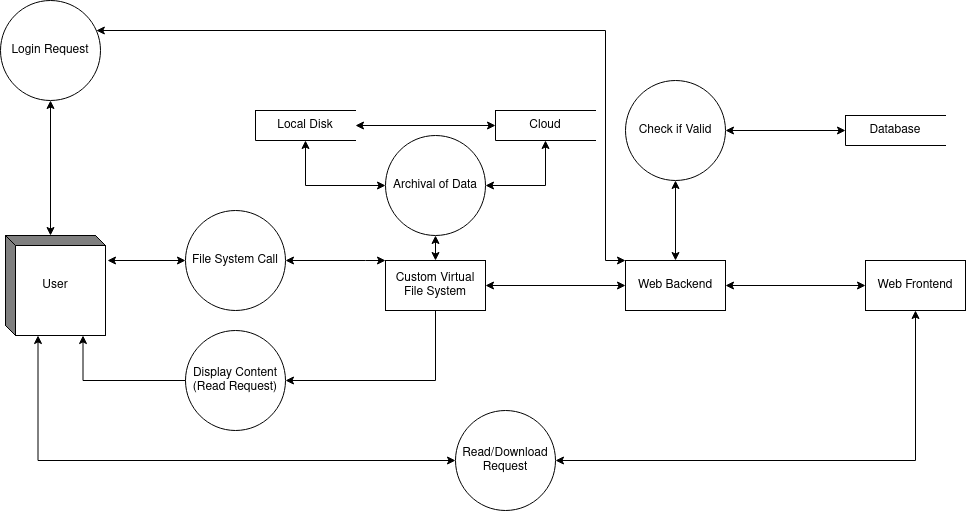
Above: functional_spec/MVP_DFD.png in smallblue2/OptiFS (draw.io), before the change. Source tidied: cells renumbered, new cells last; positions are measured from the earlier drawing's top-left corner, leaving out a move shared by most shapes.
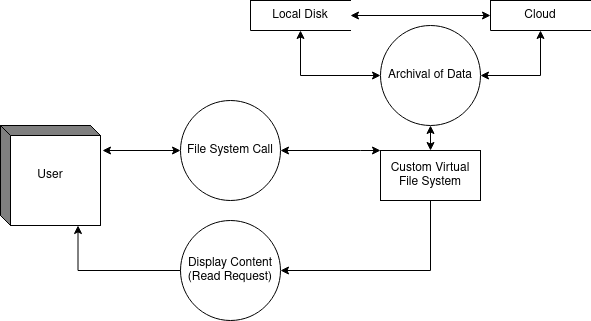
After the change.

Commit message:
Had file names mixed up. Fixed.

What changed in the source:
```diff
@@ -8,9 +8,6 @@
     <mxCell id="3" value="Custom Virtual File System" style="html=1;dashed=0;whiteSpace=wrap;" parent="1" vertex="1">
       <mxGeometry x="385" y="260" width="100" height="50" as="geometry" />
     </mxCell>
-    <mxCell id="4" style="edgeStyle=orthogonalEdgeStyle;rounded=0;jettySize=auto;html=1;exitX=0;exitY=0;exitDx=32.5;exitDy=100;exitPerimeter=0;entryX=0;entryY=0.5;entryDx=0;entryDy=0;startArrow=classic;startFill=1;" parent="1" edge="1" source="5" target="14">
-      <mxGeometry relative="1" as="geometry" />
-    </mxCell>
     <mxCell id="5" value="User" style="html=1;dashed=0;whiteSpace=wrap;shape=mxgraph.dfd.externalEntity;" parent="1" vertex="1">
       <mxGeometry x="5" y="235" width="100" height="100" as="geometry" />
     </mxCell>
@@ -23,50 +20,6 @@
     <mxCell id="8" value="Cloud" style="html=1;dashed=0;whiteSpace=wrap;shape=partialRectangle;right=0;" parent="1" vertex="1">
       <mxGeometry x="495" y="110" width="100" height="30" as="geometry" />
     </mxCell>
-    <mxCell id="9" style="edgeStyle=orthogonalEdgeStyle;rounded=0;jettySize=auto;html=1;entryX=1;entryY=0.5;entryDx=0;entryDy=0;startArrow=classic;startFill=1;" parent="1" edge="1" source="11" target="3">
-      <mxGeometry relative="1" as="geometry" />
-    </mxCell>
-    <mxCell id="10" style="edgeStyle=orthogonalEdgeStyle;rounded=0;jettySize=auto;html=1;entryX=0;entryY=0.5;entryDx=0;entryDy=0;startArrow=classic;startFill=1;" parent="1" edge="1" source="11" target="12">
-      <mxGeometry relative="1" as="geometry" />
-    </mxCell>
-    <mxCell id="11" value="Web Backend" style="html=1;dashed=0;whiteSpace=wrap;" parent="1" vertex="1">
-      <mxGeometry x="625" y="260" width="100" height="50" as="geometry" />
-    </mxCell>
-    <mxCell id="12" value="Web Frontend" style="html=1;dashed=0;whiteSpace=wrap;" parent="1" vertex="1">
-      <mxGeometry x="865" y="260" width="100" height="50" as="geometry" />
-    </mxCell>
-    <mxCell id="13" style="edgeStyle=orthogonalEdgeStyle;rounded=0;jettySize=auto;html=1;entryX=0.5;entryY=1;entryDx=0;entryDy=0;startArrow=classic;startFill=1;" parent="1" edge="1" source="14" target="12">
-      <mxGeometry relative="1" as="geometry" />
-    </mxCell>
-    <mxCell id="14" value="&lt;div&gt;Read/Download&lt;/div&gt;&lt;div&gt;Request&lt;br&gt;&lt;/div&gt;" style="shape=ellipse;html=1;dashed=0;whiteSpace=wrap;perimeter=ellipsePerimeter;" parent="1" vertex="1">
-      <mxGeometry x="455" y="410" width="100" height="100" as="geometry" />
-    </mxCell>
-    <mxCell id="15" style="edgeStyle=orthogonalEdgeStyle;rounded=0;jettySize=auto;html=1;entryX=1;entryY=0.5;entryDx=0;entryDy=0;startArrow=classic;startFill=1;" parent="1" edge="1" source="16" target="18">
-      <mxGeometry relative="1" as="geometry" />
-    </mxCell>
-    <mxCell id="16" value="Database" style="html=1;dashed=0;whiteSpace=wrap;shape=partialRectangle;right=0;" parent="1" vertex="1">
-      <mxGeometry x="845" y="115" width="100" height="30" as="geometry" />
-    </mxCell>
-    <mxCell id="17" style="edgeStyle=orthogonalEdgeStyle;rounded=0;jettySize=auto;html=1;entryX=0.5;entryY=0;entryDx=0;entryDy=0;startArrow=classic;startFill=1;" parent="1" edge="1" source="18" target="11">
-      <mxGeometry relative="1" as="geometry" />
-    </mxCell>
-    <mxCell id="18" value="Check if Valid" style="shape=ellipse;html=1;dashed=0;whiteSpace=wrap;perimeter=ellipsePerimeter;" parent="1" vertex="1">
-      <mxGeometry x="625" y="80" width="100" height="100" as="geometry" />
-    </mxCell>
-    <mxCell id="19" style="edgeStyle=orthogonalEdgeStyle;rounded=0;jettySize=auto;html=1;entryX=0;entryY=0;entryDx=0;entryDy=0;startArrow=classic;startFill=1;" parent="1" edge="1" source="20" target="11">
-      <mxGeometry relative="1" as="geometry">
-        <Array as="points">
-          <mxPoint x="605" y="30" />
-          <mxPoint x="605" y="260" />
-        </Array>
-      </mxGeometry>
-    </mxCell>
-    <mxCell id="20" value="Login Request" style="shape=ellipse;html=1;dashed=0;whiteSpace=wrap;perimeter=ellipsePerimeter;" parent="1" vertex="1">
-      <mxGeometry width="100" height="100" as="geometry" />
-    </mxCell>
-    <mxCell id="21" style="edgeStyle=orthogonalEdgeStyle;rounded=0;jettySize=auto;html=1;entryX=0;entryY=0;entryDx=45;entryDy=0;entryPerimeter=0;startArrow=classic;startFill=1;" parent="1" edge="1" source="20" target="5">
-      <mxGeometry relative="1" as="geometry" />
-    </mxCell>
     <mxCell id="22" style="edgeStyle=orthogonalEdgeStyle;rounded=0;jettySize=auto;html=1;entryX=0;entryY=0;entryDx=0;entryDy=0;startArrow=classic;startFill=1;" parent="1" edge="1" source="23" target="3">
       <mxGeometry relative="1" as="geometry">
         <Array as="points">
```
